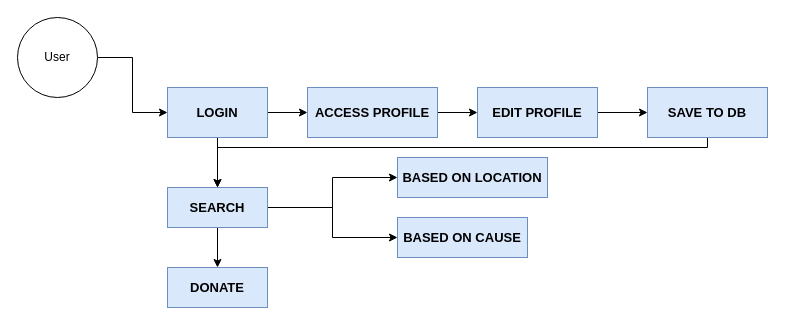
Above: block_diagram.drawio in ankanr/fundee (draw.io), before the change. Source tidied: cells renumbered, new cells numbered last; positions are measured from the earlier drawing's top-left corner, leaving out a move shared by most shapes. Both pictures are drawn from the tidied source at 100%, with x=0, y=0 at pixel (17, 17).
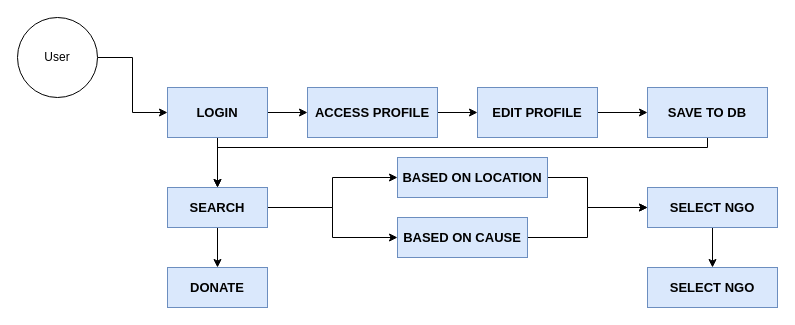
The same diagram, later.

The change refers to these unchanged cells:
```xml
<mxCell id="18" value="BASED ON LOCATION" style="rounded=0;whiteSpace=wrap;html=1;fontSize=13;fontStyle=1;fillColor=#dae8fc;strokeColor=#6c8ebf;" parent="1" vertex="1">
  <mxGeometry x="380" y="140" width="150" height="40" as="geometry" />
</mxCell>
<mxCell id="19" value="BASED ON CAUSE" style="rounded=0;whiteSpace=wrap;html=1;fontSize=13;fontStyle=1;fillColor=#dae8fc;strokeColor=#6c8ebf;" parent="1" vertex="1">
  <mxGeometry x="380" y="200" width="130" height="40" as="geometry" />
</mxCell>
```

Change to the diagram source:
```diff
@@
+    <mxCell id="20" style="edgeStyle=orthogonalEdgeStyle;rounded=0;jettySize=auto;html=1;exitX=1;exitY=0.5;exitDx=0;exitDy=0;" parent="1" edge="1" source="18" target="23">
+      <mxGeometry relative="1" as="geometry">
+        <Array as="points">
+          <mxPoint x="570" y="160" />
+          <mxPoint x="570" y="190" />
+        </Array>
+      </mxGeometry>
+    </mxCell>
@@
+    <mxCell id="21" style="edgeStyle=orthogonalEdgeStyle;rounded=0;jettySize=auto;html=1;entryX=0;entryY=0.5;entryDx=0;entryDy=0;" parent="1" edge="1" source="19" target="23">
+      <mxGeometry relative="1" as="geometry" />
+    </mxCell>
@@
+    <mxCell id="22" style="edgeStyle=orthogonalEdgeStyle;rounded=0;jettySize=auto;html=1;" parent="1" edge="1" source="23" target="24">
+      <mxGeometry relative="1" as="geometry" />
+    </mxCell>
+    <mxCell id="23" value="SELECT NGO" style="rounded=0;whiteSpace=wrap;html=1;fontSize=13;fontStyle=1;fillColor=#dae8fc;strokeColor=#6c8ebf;" parent="1" vertex="1">
+      <mxGeometry x="630" y="170" width="130" height="40" as="geometry" />
+    </mxCell>
+    <mxCell id="24" value="SELECT NGO" style="rounded=0;whiteSpace=wrap;html=1;fontSize=13;fontStyle=1;fillColor=#dae8fc;strokeColor=#6c8ebf;" parent="1" vertex="1">
+      <mxGeometry x="630" y="250" width="130" height="40" as="geometry" />
+    </mxCell>
```
